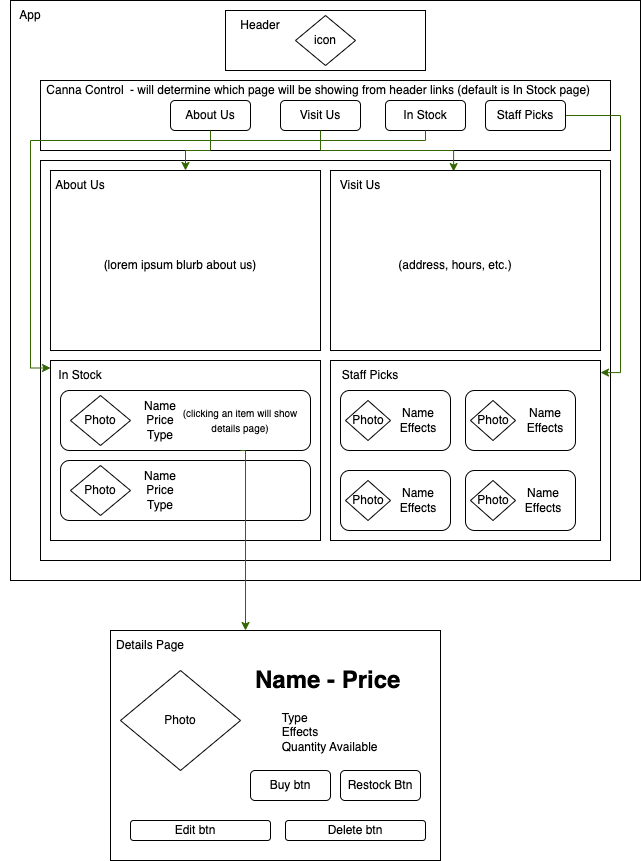
Above: src/img/canna-site-diagram.png in eluckie/canna-site (draw.io), before the change. Source tidied: cells renumbered, new cells last; positions are measured from the earlier drawing's top-left corner, leaving out a move shared by most shapes.
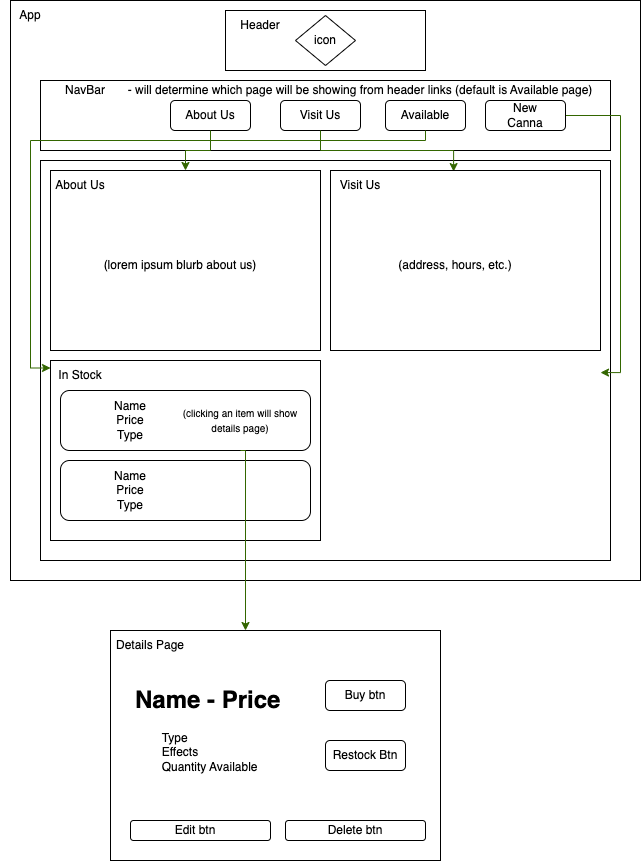
After the change.

Diff of the diagram source:
```diff
@@ -29,8 +29,9 @@
     <mxCell id="10" style="rounded=1;whiteSpace=wrap;html=1;" parent="1" vertex="1">
       <mxGeometry x="385" y="100" width="80" height="30" as="geometry" />
     </mxCell>
-    <mxCell id="11" style="edgeStyle=orthogonalEdgeStyle;rounded=0;jettySize=auto;html=1;entryX=1;entryY=0.067;entryDx=0;entryDy=0;entryPerimeter=0;strokeColor=#336600;" parent="1" edge="1" source="12" target="25">
+    <mxCell id="11" style="edgeStyle=orthogonalEdgeStyle;rounded=0;jettySize=auto;html=1;entryX=1;entryY=0.067;entryDx=0;entryDy=0;entryPerimeter=0;strokeColor=#336600;" parent="1" edge="1" source="12">
       <mxGeometry relative="1" as="geometry">
+        <mxPoint x="600" y="372.1" as="targetPoint" />
         <Array as="points">
           <mxPoint x="620" y="115" />
           <mxPoint x="620" y="372" />
@@ -40,7 +41,7 @@
     <mxCell id="12" style="rounded=1;whiteSpace=wrap;html=1;" parent="1" vertex="1">
       <mxGeometry x="485" y="100" width="80" height="30" as="geometry" />
     </mxCell>
-    <mxCell id="13" value="Staff Picks" style="text;html=1;strokeColor=none;fillColor=none;align=center;verticalAlign=middle;whiteSpace=wrap;rounded=0;" parent="1" vertex="1">
+    <mxCell id="13" value="New Canna" style="text;html=1;strokeColor=none;fillColor=none;align=center;verticalAlign=middle;whiteSpace=wrap;rounded=0;" parent="1" vertex="1">
       <mxGeometry x="495" y="95" width="60" height="40" as="geometry" />
     </mxCell>
     <mxCell id="14" style="edgeStyle=orthogonalEdgeStyle;rounded=0;jettySize=auto;html=1;entryX=0;entryY=0.25;entryDx=0;entryDy=0;fillColor=#4D9900;strokeColor=#336600;" parent="1" edge="1" source="15" target="28">
@@ -52,7 +53,7 @@
         </Array>
       </mxGeometry>
     </mxCell>
-    <mxCell id="15" value="In Stock" style="text;html=1;strokeColor=none;fillColor=none;align=center;verticalAlign=middle;whiteSpace=wrap;rounded=0;" parent="1" vertex="1">
+    <mxCell id="15" value="Available" style="text;html=1;strokeColor=none;fillColor=none;align=center;verticalAlign=middle;whiteSpace=wrap;rounded=0;" parent="1" vertex="1">
       <mxGeometry x="380" y="100" width="90" height="30" as="geometry" />
     </mxCell>
     <mxCell id="16" style="edgeStyle=orthogonalEdgeStyle;rounded=0;jettySize=auto;html=1;entryX=0.456;entryY=0.006;entryDx=0;entryDy=0;entryPerimeter=0;strokeColor=#336600;" parent="1" edge="1" source="17" target="23">
@@ -67,10 +68,10 @@
     <mxCell id="19" value="icon" style="text;html=1;strokeColor=none;fillColor=none;align=center;verticalAlign=middle;whiteSpace=wrap;rounded=0;" parent="1" vertex="1">
       <mxGeometry x="295" y="25" width="60" height="30" as="geometry" />
     </mxCell>
-    <mxCell id="20" value="Canna Control" style="text;html=1;strokeColor=none;fillColor=none;align=center;verticalAlign=middle;whiteSpace=wrap;rounded=0;" parent="1" vertex="1">
+    <mxCell id="20" value="NavBar" style="text;html=1;strokeColor=none;fillColor=none;align=center;verticalAlign=middle;whiteSpace=wrap;rounded=0;" parent="1" vertex="1">
       <mxGeometry x="30" y="75" width="110" height="30" as="geometry" />
     </mxCell>
-    <mxCell id="21" value="- will determine which page will be showing from header links (default is In Stock page)" style="text;html=1;strokeColor=none;fillColor=none;align=center;verticalAlign=middle;whiteSpace=wrap;rounded=0;" parent="1" vertex="1">
+    <mxCell id="21" value="- will determine which page will be showing from header links (default is Available&amp;nbsp;page)" style="text;html=1;strokeColor=none;fillColor=none;align=center;verticalAlign=middle;whiteSpace=wrap;rounded=0;" parent="1" vertex="1">
       <mxGeometry x="120" y="80" width="480" height="20" as="geometry" />
     </mxCell>
     <mxCell id="22" style="rounded=0;whiteSpace=wrap;html=1;" parent="1" vertex="1">
@@ -82,9 +83,6 @@
     <mxCell id="24" style="rounded=0;whiteSpace=wrap;html=1;" parent="1" vertex="1">
       <mxGeometry x="50" y="360" width="270" height="180" as="geometry" />
     </mxCell>
-    <mxCell id="25" style="rounded=0;whiteSpace=wrap;html=1;" parent="1" vertex="1">
-      <mxGeometry x="330" y="360" width="270" height="180" as="geometry" />
-    </mxCell>
     <mxCell id="26" value="About Us" style="text;html=1;strokeColor=none;fillColor=none;align=center;verticalAlign=middle;whiteSpace=wrap;rounded=0;" parent="1" vertex="1">
       <mxGeometry x="50" y="170" width="60" height="30" as="geometry" />
     </mxCell>
@@ -94,89 +92,26 @@
     <mxCell id="28" value="In Stock" style="text;html=1;strokeColor=none;fillColor=none;align=center;verticalAlign=middle;whiteSpace=wrap;rounded=0;" parent="1" vertex="1">
       <mxGeometry x="50" y="360" width="60" height="30" as="geometry" />
     </mxCell>
-    <mxCell id="29" value="Staff Picks" style="text;html=1;strokeColor=none;fillColor=none;align=center;verticalAlign=middle;whiteSpace=wrap;rounded=0;" parent="1" vertex="1">
-      <mxGeometry x="340" y="360" width="60" height="30" as="geometry" />
-    </mxCell>
     <mxCell id="30" value="(lorem ipsum blurb about us)" style="text;html=1;strokeColor=none;fillColor=none;align=center;verticalAlign=middle;whiteSpace=wrap;rounded=0;" parent="1" vertex="1">
       <mxGeometry x="70" y="200" width="220" height="130" as="geometry" />
     </mxCell>
     <mxCell id="31" value="(address, hours, etc.)" style="text;html=1;strokeColor=none;fillColor=none;align=center;verticalAlign=middle;whiteSpace=wrap;rounded=0;" parent="1" vertex="1">
       <mxGeometry x="340" y="205" width="230" height="120" as="geometry" />
     </mxCell>
-    <mxCell id="32" style="rounded=1;whiteSpace=wrap;html=1;" parent="1" vertex="1">
-      <mxGeometry x="340" y="390" width="110" height="60" as="geometry" />
-    </mxCell>
-    <mxCell id="33" style="rounded=1;whiteSpace=wrap;html=1;" parent="1" vertex="1">
-      <mxGeometry x="465" y="390" width="110" height="60" as="geometry" />
-    </mxCell>
-    <mxCell id="34" style="rounded=1;whiteSpace=wrap;html=1;" parent="1" vertex="1">
-      <mxGeometry x="340" y="470" width="110" height="60" as="geometry" />
-    </mxCell>
-    <mxCell id="35" style="rounded=1;whiteSpace=wrap;html=1;" parent="1" vertex="1">
-      <mxGeometry x="465" y="470" width="110" height="60" as="geometry" />
-    </mxCell>
-    <mxCell id="36" style="rhombus;whiteSpace=wrap;html=1;" parent="1" vertex="1">
-      <mxGeometry x="345" y="400" width="45" height="40" as="geometry" />
-    </mxCell>
-    <mxCell id="37" style="rhombus;whiteSpace=wrap;html=1;" parent="1" vertex="1">
-      <mxGeometry x="470" y="400" width="45" height="40" as="geometry" />
-    </mxCell>
-    <mxCell id="38" style="rhombus;whiteSpace=wrap;html=1;" parent="1" vertex="1">
-      <mxGeometry x="470" y="480" width="45" height="40" as="geometry" />
-    </mxCell>
-    <mxCell id="39" style="rhombus;whiteSpace=wrap;html=1;" parent="1" vertex="1">
-      <mxGeometry x="345" y="480" width="45" height="40" as="geometry" />
-    </mxCell>
-    <mxCell id="40" value="Photo" style="text;html=1;strokeColor=none;fillColor=none;align=center;verticalAlign=middle;whiteSpace=wrap;rounded=0;" parent="1" vertex="1">
-      <mxGeometry x="347.5" y="410" width="40" height="20" as="geometry" />
-    </mxCell>
-    <mxCell id="41" value="Photo" style="text;html=1;strokeColor=none;fillColor=none;align=center;verticalAlign=middle;whiteSpace=wrap;rounded=0;" parent="1" vertex="1">
-      <mxGeometry x="472.5" y="410" width="40" height="20" as="geometry" />
-    </mxCell>
-    <mxCell id="42" value="Photo" style="text;html=1;strokeColor=none;fillColor=none;align=center;verticalAlign=middle;whiteSpace=wrap;rounded=0;" parent="1" vertex="1">
-      <mxGeometry x="472.5" y="490" width="40" height="20" as="geometry" />
-    </mxCell>
-    <mxCell id="43" value="Photo" style="text;html=1;strokeColor=none;fillColor=none;align=center;verticalAlign=middle;whiteSpace=wrap;rounded=0;" parent="1" vertex="1">
-      <mxGeometry x="347.5" y="490" width="40" height="20" as="geometry" />
-    </mxCell>
-    <mxCell id="44" value="Name&lt;br&gt;Effects" style="text;html=1;strokeColor=none;fillColor=none;align=center;verticalAlign=middle;whiteSpace=wrap;rounded=0;" parent="1" vertex="1">
-      <mxGeometry x="387.5" y="405" width="60" height="30" as="geometry" />
-    </mxCell>
-    <mxCell id="45" value="Name&lt;br&gt;Effects" style="text;html=1;strokeColor=none;fillColor=none;align=center;verticalAlign=middle;whiteSpace=wrap;rounded=0;" parent="1" vertex="1">
-      <mxGeometry x="515" y="405" width="60" height="30" as="geometry" />
-    </mxCell>
-    <mxCell id="46" value="Name&lt;br&gt;Effects" style="text;html=1;strokeColor=none;fillColor=none;align=center;verticalAlign=middle;whiteSpace=wrap;rounded=0;" parent="1" vertex="1">
-      <mxGeometry x="512.5" y="485" width="60" height="30" as="geometry" />
-    </mxCell>
-    <mxCell id="47" value="Name&lt;br&gt;Effects" style="text;html=1;strokeColor=none;fillColor=none;align=center;verticalAlign=middle;whiteSpace=wrap;rounded=0;" parent="1" vertex="1">
-      <mxGeometry x="387.5" y="485" width="60" height="30" as="geometry" />
-    </mxCell>
     <mxCell id="48" style="rounded=1;whiteSpace=wrap;html=1;" parent="1" vertex="1">
       <mxGeometry x="60" y="390" width="250" height="60" as="geometry" />
     </mxCell>
     <mxCell id="49" style="rounded=1;whiteSpace=wrap;html=1;" parent="1" vertex="1">
       <mxGeometry x="60" y="460" width="250" height="60" as="geometry" />
     </mxCell>
-    <mxCell id="50" style="rhombus;whiteSpace=wrap;html=1;" parent="1" vertex="1">
-      <mxGeometry x="70" y="395" width="60" height="50" as="geometry" />
-    </mxCell>
     <mxCell id="51" value="Name&lt;br&gt;Price&lt;br&gt;Type" style="text;html=1;strokeColor=none;fillColor=none;align=center;verticalAlign=middle;whiteSpace=wrap;rounded=0;" parent="1" vertex="1">
-      <mxGeometry x="130" y="405" width="60" height="30" as="geometry" />
+      <mxGeometry x="100" y="405" width="60" height="30" as="geometry" />
     </mxCell>
-    <mxCell id="52" style="rhombus;whiteSpace=wrap;html=1;" parent="1" vertex="1">
-      <mxGeometry x="70" y="465" width="60" height="50" as="geometry" />
-    </mxCell>
-    <mxCell id="53" value="Photo" style="text;html=1;strokeColor=none;fillColor=none;align=center;verticalAlign=middle;whiteSpace=wrap;rounded=0;" parent="1" vertex="1">
-      <mxGeometry x="70" y="405" width="60" height="30" as="geometry" />
-    </mxCell>
-    <mxCell id="54" value="Photo" style="text;html=1;strokeColor=none;fillColor=none;align=center;verticalAlign=middle;whiteSpace=wrap;rounded=0;" parent="1" vertex="1">
-      <mxGeometry x="70" y="475" width="60" height="30" as="geometry" />
-    </mxCell>
     <mxCell id="55" style="edgeStyle=orthogonalEdgeStyle;rounded=0;jettySize=auto;html=1;strokeColor=#336600;" parent="1" edge="1" source="9" target="22">
       <mxGeometry relative="1" as="geometry" />
     </mxCell>
     <mxCell id="56" value="Name&lt;br&gt;Price&lt;br&gt;Type" style="text;html=1;strokeColor=none;fillColor=none;align=center;verticalAlign=middle;whiteSpace=wrap;rounded=0;" parent="1" vertex="1">
-      <mxGeometry x="130" y="475" width="60" height="30" as="geometry" />
+      <mxGeometry x="100" y="475" width="60" height="30" as="geometry" />
     </mxCell>
     <mxCell id="57" value="App" style="text;html=1;strokeColor=none;fillColor=none;align=center;verticalAlign=middle;whiteSpace=wrap;rounded=0;" parent="1" vertex="1">
       <mxGeometry width="60" height="30" as="geometry" />
@@ -198,26 +133,20 @@
     <mxCell id="61" value="Details Page" style="text;html=1;strokeColor=none;fillColor=none;align=center;verticalAlign=middle;whiteSpace=wrap;rounded=0;" parent="1" vertex="1">
       <mxGeometry x="90" y="630" width="120" height="30" as="geometry" />
     </mxCell>
-    <mxCell id="62" style="rhombus;whiteSpace=wrap;html=1;" parent="1" vertex="1">
-      <mxGeometry x="120" y="670" width="120" height="100" as="geometry" />
-    </mxCell>
-    <mxCell id="63" value="Photo" style="text;html=1;strokeColor=none;fillColor=none;align=center;verticalAlign=middle;whiteSpace=wrap;rounded=0;" parent="1" vertex="1">
-      <mxGeometry x="150" y="705" width="60" height="30" as="geometry" />
-    </mxCell>
     <mxCell id="64" value="&lt;h1&gt;Name - Price&lt;/h1&gt;&lt;div&gt;&lt;span style=&quot;white-space: pre;&quot;&gt;&#9;&lt;/span&gt;Type&lt;/div&gt;&lt;div&gt;&lt;span style=&quot;white-space: pre;&quot;&gt;&#9;&lt;/span&gt;Effects&lt;/div&gt;&lt;div&gt;&lt;span style=&quot;white-space: pre;&quot;&gt;&#9;&lt;/span&gt;Quantity Available&lt;/div&gt;" style="text;html=1;strokeColor=none;fillColor=none;spacing=5;spacingTop=-20;whiteSpace=wrap;overflow=hidden;rounded=0;" parent="1" vertex="1">
-      <mxGeometry x="250" y="660" width="190" height="120" as="geometry" />
+      <mxGeometry x="130" y="680" width="190" height="120" as="geometry" />
     </mxCell>
     <mxCell id="65" style="rounded=1;whiteSpace=wrap;html=1;" parent="1" vertex="1">
-      <mxGeometry x="250" y="770" width="80" height="30" as="geometry" />
+      <mxGeometry x="325" y="680" width="80" height="30" as="geometry" />
     </mxCell>
     <mxCell id="66" value="Buy btn" style="text;html=1;strokeColor=none;fillColor=none;align=center;verticalAlign=middle;whiteSpace=wrap;rounded=0;" parent="1" vertex="1">
-      <mxGeometry x="250" y="770" width="80" height="30" as="geometry" />
+      <mxGeometry x="325" y="680" width="80" height="30" as="geometry" />
     </mxCell>
     <mxCell id="67" style="rounded=1;whiteSpace=wrap;html=1;" parent="1" vertex="1">
-      <mxGeometry x="340" y="770" width="80" height="30" as="geometry" />
+      <mxGeometry x="325" y="740" width="80" height="30" as="geometry" />
     </mxCell>
     <mxCell id="68" value="Restock Btn" style="text;html=1;strokeColor=none;fillColor=none;align=center;verticalAlign=middle;whiteSpace=wrap;rounded=0;" parent="1" vertex="1">
-      <mxGeometry x="340" y="770" width="80" height="30" as="geometry" />
+      <mxGeometry x="325" y="740" width="80" height="30" as="geometry" />
     </mxCell>
     <mxCell id="69" style="rounded=1;whiteSpace=wrap;html=1;" parent="1" vertex="1">
       <mxGeometry x="130" y="820" width="140" height="20" as="geometry" />
```
